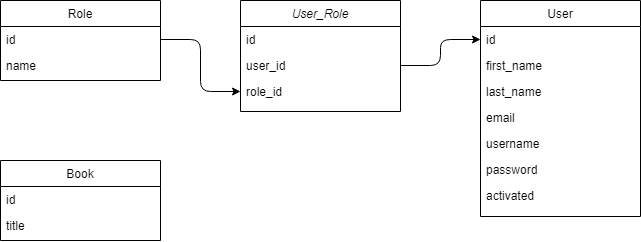
The draw.io diagram diagram.png in ictTuri/LMS-ikub-intership, before a commit. Source tidied: cells renumbered, new cells last; positions are measured from the earlier drawing's top-left corner, leaving out a move shared by most shapes.
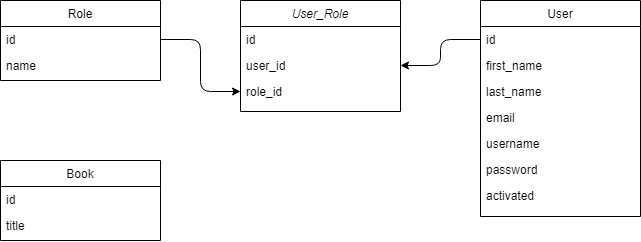
After the change.

Diff of the diagram source:
```diff
@@ -56,7 +56,7 @@
     <mxCell id="19" value="activated" style="text;align=left;verticalAlign=top;spacingLeft=4;spacingRight=4;overflow=hidden;rounded=0;shadow=0;html=0;" parent="12" vertex="1">
       <mxGeometry y="182" width="160" height="26" as="geometry" />
     </mxCell>
-    <mxCell id="20" style="edgeStyle=elbowEdgeStyle;elbow=horizontal;endArrow=classic;html=1;entryX=0;entryY=0.5;entryDx=0;entryDy=0;exitX=1;exitY=0.5;exitDx=0;exitDy=0;" parent="1" edge="1" source="4" target="13">
+    <mxCell id="20" style="edgeStyle=elbowEdgeStyle;elbow=horizontal;endArrow=classic;html=1;exitX=0;exitY=0.5;exitDx=0;exitDy=0;entryX=1;entryY=0.5;entryDx=0;entryDy=0;" parent="1" edge="1" source="13" target="4">
       <mxGeometry relative="1" as="geometry" />
     </mxCell>
     <mxCell id="21" style="edgeStyle=elbowEdgeStyle;elbow=horizontal;endArrow=classic;html=1;entryX=0;entryY=0.5;entryDx=0;entryDy=0;exitX=1;exitY=0.5;exitDx=0;exitDy=0;" parent="1" edge="1" source="10" target="5">
```
